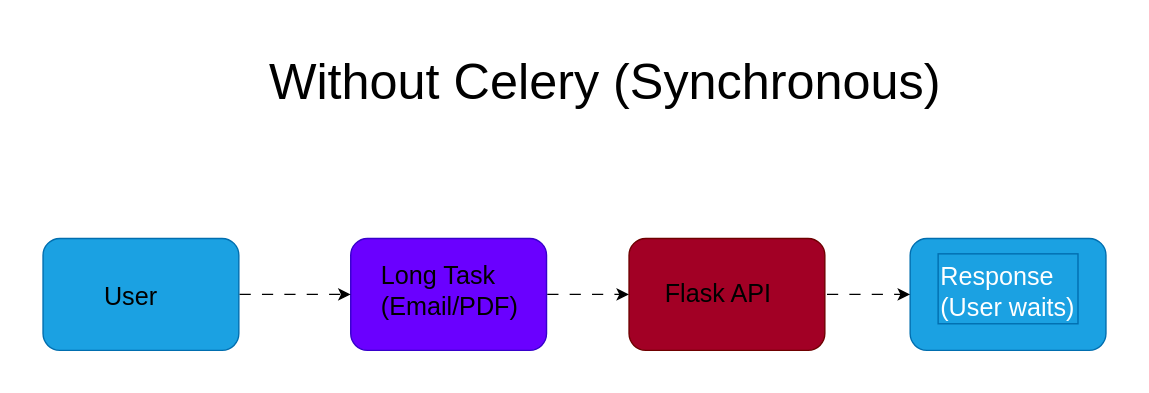
Above: Lab/Lab_1/image/without celery synchronours.drawio.svg in iftakhar-323/lab (draw.io), before the change. Source tidied: cells renumbered, new cells last; positions are measured from the earlier drawing's top-left corner, leaving out a move shared by most shapes.
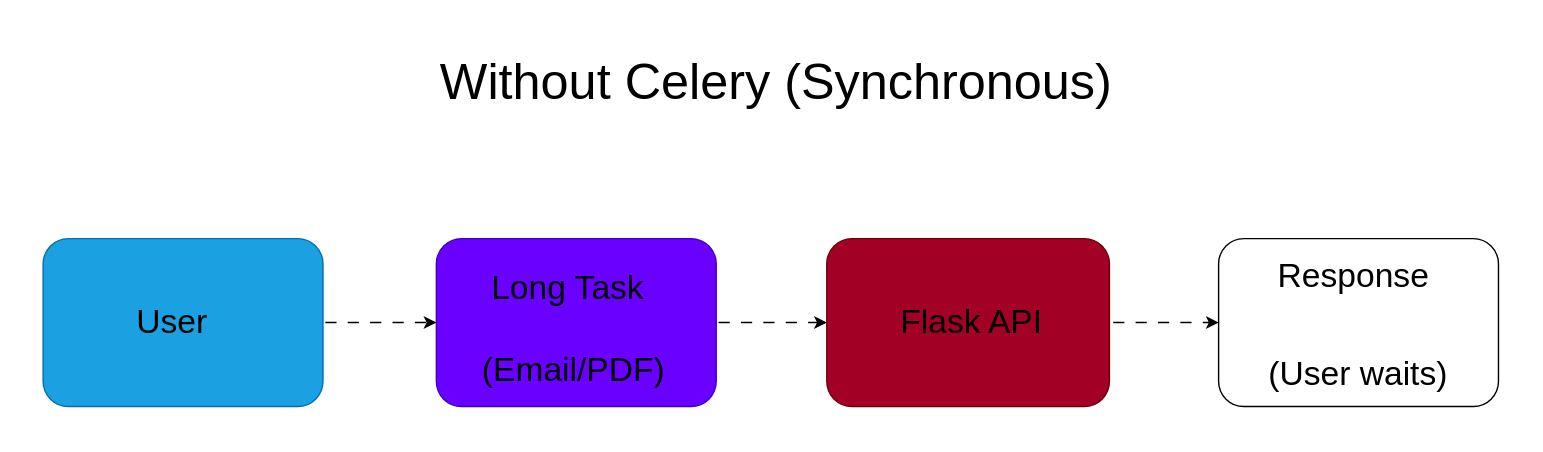
Later version of the same file.

Diff of the diagram source:
```diff
@@ -3,44 +3,42 @@
     <mxCell id="0" />
     <mxCell id="1" parent="0" />
     <mxCell id="2" value="&lt;font style=&quot;font-size: 36px;&quot;&gt;Without Celery (Synchronous)&lt;/font&gt;" style="text;whiteSpace=wrap;html=1;" parent="1" vertex="1">
-      <mxGeometry x="160" width="600" height="40" as="geometry" />
+      <mxGeometry x="282" width="600" height="40" as="geometry" />
     </mxCell>
-    <mxCell id="3" style="rounded=1;whiteSpace=wrap;html=1;fillColor=#1ba1e2;strokeColor=#006EAF;fontColor=#ffffff;" parent="1" vertex="1">
-      <mxGeometry y="140" width="140" height="80" as="geometry" />
-    </mxCell>
-    <mxCell id="4" style="rounded=1;whiteSpace=wrap;html=1;fillColor=#6a00ff;fontColor=#ffffff;strokeColor=#3700CC;" parent="1" vertex="1">
-      <mxGeometry x="220" y="140" width="140" height="80" as="geometry" />
-    </mxCell>
-    <mxCell id="5" style="rounded=1;whiteSpace=wrap;html=1;fillColor=#a20025;fontColor=#ffffff;strokeColor=#6F0000;" parent="1" vertex="1">
-      <mxGeometry x="419" y="140" width="140" height="80" as="geometry" />
-    </mxCell>
-    <mxCell id="6" style="rounded=1;whiteSpace=wrap;html=1;fillColor=#1ba1e2;fontColor=#ffffff;strokeColor=#006EAF;" parent="1" vertex="1">
-      <mxGeometry x="620" y="140" width="140" height="80" as="geometry" />
-    </mxCell>
+    <mxCell id="14" style="rounded=1;whiteSpace=wrap;html=1;fillColor=light-dark(#1BA1E2,#FFCCCC);strokeColor=#006EAF;fontColor=#ffffff;" parent="1" vertex="1">
+      <mxGeometry y="140" width="200" height="120" as="geometry" />
+    </mxCell>
+    <mxCell id="15" style="rounded=1;whiteSpace=wrap;html=1;fillColor=light-dark(#6A00FF,#FFCCCC);fontColor=#ffffff;strokeColor=#3700CC;" parent="1" vertex="1">
+      <mxGeometry x="281" y="140" width="200" height="120" as="geometry" />
+    </mxCell>
+    <mxCell id="16" style="rounded=1;whiteSpace=wrap;html=1;fillColor=light-dark(#A20025,#FFCCCC);fontColor=#ffffff;strokeColor=#6F0000;" parent="1" vertex="1">
+      <mxGeometry x="560" y="140" width="202" height="120" as="geometry" />
+    </mxCell>
-    <mxCell id="7" value="&lt;font style=&quot;font-size: 18px;&quot;&gt;User&lt;/font&gt;" style="text;whiteSpace=wrap;html=1;" parent="1" vertex="1">
-      <mxGeometry x="42" y="165" width="60" height="40" as="geometry" />
+    <mxCell id="7" value="&lt;font style=&quot;font-size: 24px; color: light-dark(rgb(0, 0, 0), rgb(0, 0, 0));&quot;&gt;User&lt;/font&gt;" style="text;whiteSpace=wrap;html=1;" parent="1" vertex="1">
+      <mxGeometry x="65" y="179" width="60" height="40" as="geometry" />
     </mxCell>
-    <mxCell id="8" value="&lt;font style=&quot;font-size: 18px;&quot;&gt;Flask API&lt;/font&gt;" style="text;whiteSpace=wrap;html=1;" parent="1" vertex="1">
-      <mxGeometry x="443" y="163" width="80" height="40" as="geometry" />
+    <mxCell id="8" value="&lt;font style=&quot;font-size: 24px; color: light-dark(rgb(0, 0, 0), rgb(0, 0, 0));&quot;&gt;Flask API&lt;/font&gt;" style="text;whiteSpace=wrap;html=1;" parent="1" vertex="1">
+      <mxGeometry x="611" y="179" width="109" height="77" as="geometry" />
     </mxCell>
-    <mxCell id="9" value="&lt;font style=&quot;font-size: 18px;&quot;&gt;Long Task&lt;br&gt;(Email/PDF)&lt;/font&gt;" style="text;whiteSpace=wrap;html=1;" parent="1" vertex="1">
-      <mxGeometry x="240" y="150" width="100" height="50" as="geometry" />
+    <mxCell id="9" value="&lt;font style=&quot;font-size: 24px; color: light-dark(rgb(0, 0, 0), rgb(0, 0, 0));&quot;&gt;&amp;nbsp;Long Task&lt;/font&gt;&lt;div&gt;&lt;font style=&quot;font-size: 24px; color: light-dark(rgb(0, 0, 0), rgb(0, 0, 0));&quot;&gt;&lt;br&gt;(Email/PDF)&lt;/font&gt;&lt;/div&gt;" style="text;whiteSpace=wrap;html=1;" parent="1" vertex="1">
+      <mxGeometry x="312" y="155" width="126" height="50" as="geometry" />
     </mxCell>
+    <mxCell id="17" style="endArrow=classic;html=1;rounded=0;entryX=0;entryY=0.5;entryDx=0;entryDy=0;flowAnimation=1;exitX=1;exitY=0.5;exitDx=0;exitDy=0;" parent="1" edge="1" source="14" target="15">
+      <mxGeometry relative="1" as="geometry" />
+    </mxCell>
+    <mxCell id="18" style="endArrow=classic;html=1;rounded=0;entryX=0;entryY=0.5;entryDx=0;entryDy=0;exitX=1;exitY=0.5;exitDx=0;exitDy=0;flowAnimation=1;" parent="1" edge="1" source="15" target="16">
+      <mxGeometry relative="1" as="geometry" />
+    </mxCell>
+    <mxCell id="19" style="endArrow=classic;html=1;rounded=0;entryX=0;entryY=0.5;entryDx=0;entryDy=0;flowAnimation=1;" parent="1" edge="1" target="20">
+      <mxGeometry relative="1" as="geometry">
+        <mxPoint x="763" y="200" as="sourcePoint" />
+      </mxGeometry>
+    </mxCell>
+    <mxCell id="20" style="rounded=1;whiteSpace=wrap;html=1;fillColor=light-dark(#FFFFFF,#FFCCCC);" parent="1" vertex="1">
+      <mxGeometry x="840" y="140" width="200" height="120" as="geometry" />
+    </mxCell>
-    <mxCell id="10" value="&lt;font style=&quot;font-size: 18px;&quot;&gt;Response&lt;br&gt;(User waits)&lt;/font&gt;" style="text;whiteSpace=wrap;html=1;fillColor=#1ba1e2;fontColor=#ffffff;strokeColor=#006EAF;" parent="1" vertex="1">
-      <mxGeometry x="640" y="151" width="100" height="50" as="geometry" />
+    <mxCell id="10" value="&lt;p&gt;&lt;font style=&quot;font-size: 24px; color: light-dark(rgb(0, 0, 0), rgb(0, 0, 0));&quot;&gt;&amp;nbsp;Response&lt;/font&gt;&lt;/p&gt;&lt;p&gt;&lt;font style=&quot;font-size: 24px; color: light-dark(rgb(0, 0, 0), rgb(0, 0, 0));&quot;&gt;&lt;br&gt;(User waits)&lt;/font&gt;&lt;/p&gt;" style="text;whiteSpace=wrap;html=1;" parent="1" vertex="1">
+      <mxGeometry x="874" y="134" width="144" height="82" as="geometry" />
     </mxCell>
-    <mxCell id="11" style="endArrow=classic;html=1;rounded=0;entryX=0;entryY=0.5;entryDx=0;entryDy=0;flowAnimation=1;" parent="1" edge="1" target="4">
-      <mxGeometry relative="1" as="geometry">
-        <mxPoint x="140" y="180" as="sourcePoint" />
-      </mxGeometry>
-    </mxCell>
-    <mxCell id="12" style="endArrow=classic;html=1;rounded=0;entryX=0;entryY=0.5;entryDx=0;entryDy=0;exitX=1;exitY=0.5;exitDx=0;exitDy=0;flowAnimation=1;" parent="1" edge="1" source="4" target="5">
-      <mxGeometry relative="1" as="geometry" />
-    </mxCell>
-    <mxCell id="13" style="endArrow=classic;html=1;rounded=0;entryX=0;entryY=0.5;entryDx=0;entryDy=0;flowAnimation=1;" parent="1" edge="1" target="6">
-      <mxGeometry relative="1" as="geometry">
-        <mxPoint x="560" y="180" as="sourcePoint" />
-      </mxGeometry>
-    </mxCell>
   </root>
 </mxGraphModel>
```
